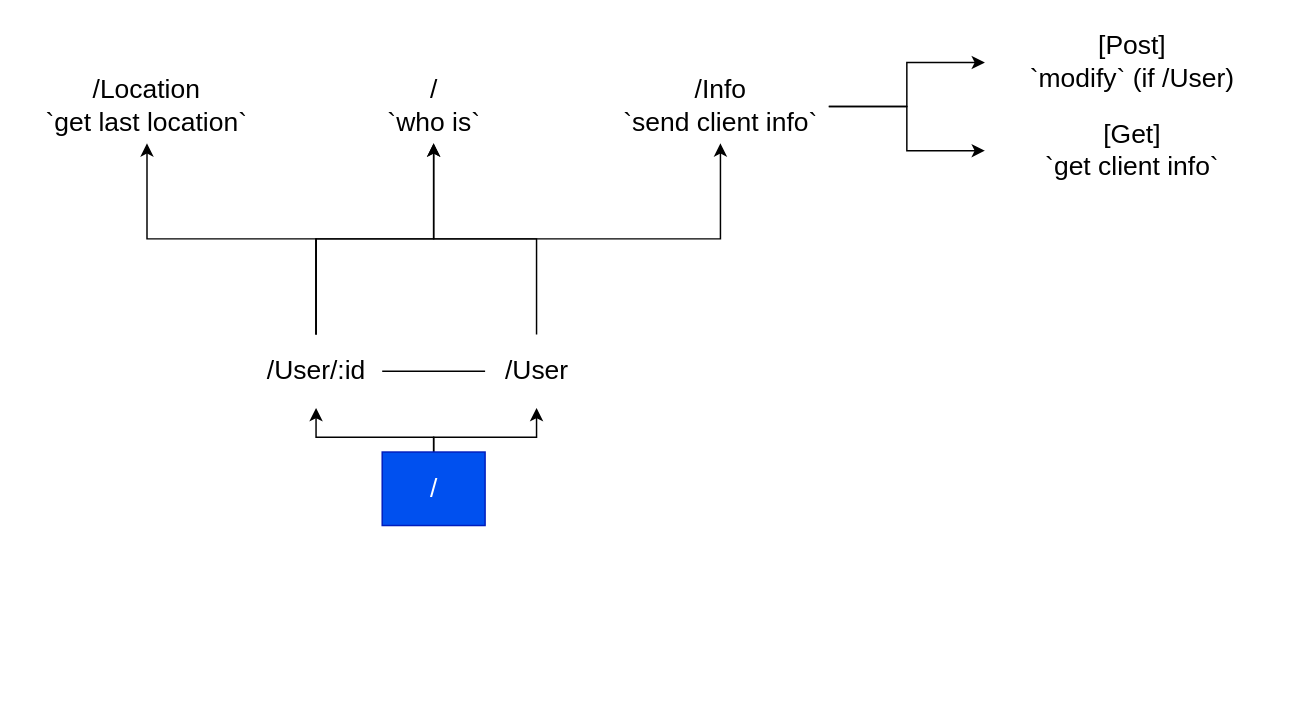
Above: page "Responder" (2 of 3) of Schematic.drawio in BatuAtlas/Find-My-Clone (draw.io), before the change. Source tidied: cells renumbered, new cells numbered last; positions are measured from the earlier drawing's top-left corner, leaving out a move shared by most shapes. Both pictures are drawn from the tidied source at 147%, with x=0, y=0 at pixel (25, 25).
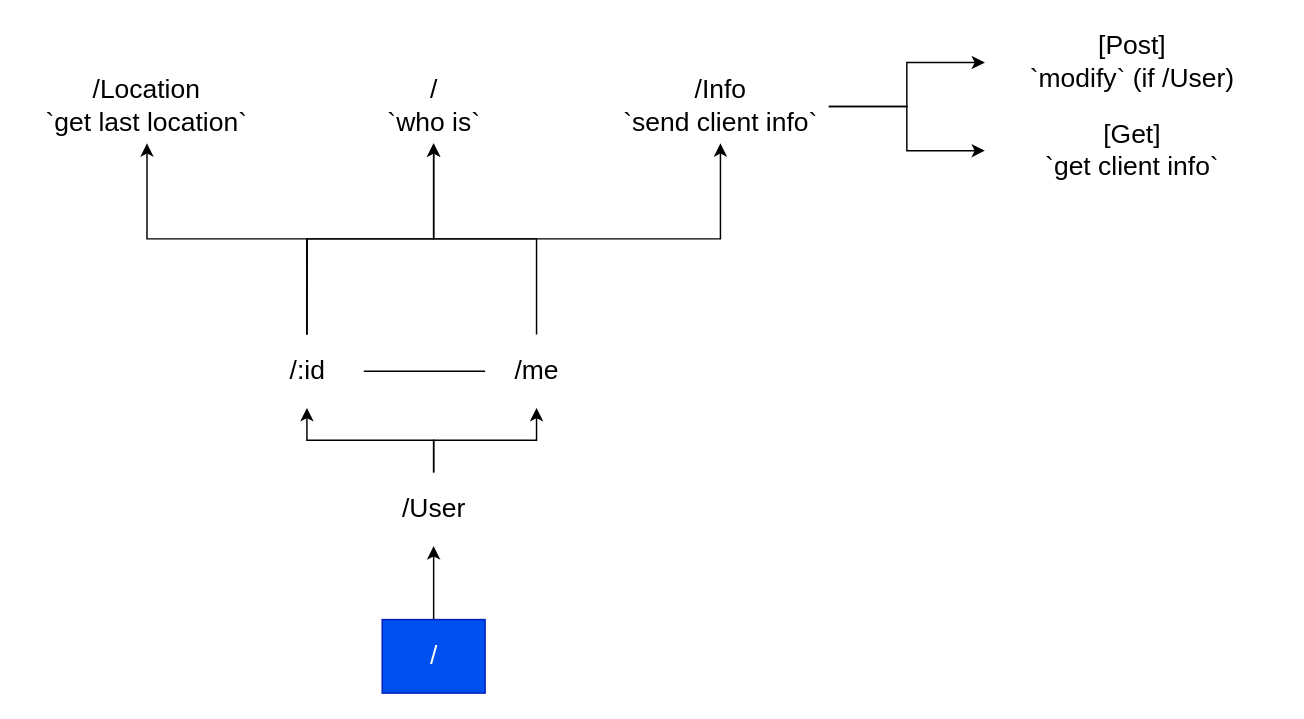
The same diagram, later.

Diff of the diagram source:
```diff
@@
-    <mxCell id="2" style="edgeStyle=orthogonalEdgeStyle;rounded=0;jettySize=auto;html=1;exitX=0.5;exitY=0;exitDx=0;exitDy=0;entryX=0.5;entryY=1;entryDx=0;entryDy=0;fontFamily=Helvetica;fontSize=18;fontColor=default;" parent="1" edge="1" source="4" target="18">
-      <mxGeometry relative="1" as="geometry">
-        <Array as="points">
-          <mxPoint x="277.5" y="280" />
-          <mxPoint x="197.5" y="280" />
-        </Array>
-      </mxGeometry>
-    </mxCell>
-    <mxCell id="3" style="edgeStyle=orthogonalEdgeStyle;rounded=0;jettySize=auto;html=1;exitX=0.5;exitY=0;exitDx=0;exitDy=0;entryX=0.5;entryY=1;entryDx=0;entryDy=0;fontFamily=Helvetica;fontSize=18;fontColor=default;" parent="1" edge="1" source="4" target="13">
-      <mxGeometry relative="1" as="geometry">
-        <Array as="points">
-          <mxPoint x="277.5" y="280" />
-          <mxPoint x="347.5" y="280" />
-        </Array>
-      </mxGeometry>
-    </mxCell>
+    <mxCell id="19" style="edgeStyle=orthogonalEdgeStyle;rounded=0;jettySize=auto;html=1;exitX=0.5;exitY=0;exitDx=0;exitDy=0;" parent="1" edge="1" source="4" target="22">
+      <mxGeometry relative="1" as="geometry" />
+    </mxCell>
     <mxCell id="4" value="/" style="text;html=1;align=center;verticalAlign=middle;whiteSpace=wrap;rounded=0;fontSize=18;fillColor=#0050ef;fontColor=#ffffff;strokeColor=#001DBC;" parent="1" vertex="1">
-      <mxGeometry x="242.5" y="290" width="70" height="50" as="geometry" />
+      <mxGeometry x="242.5" y="404" width="70" height="50" as="geometry" />
     </mxCell>
@@
-    <mxCell id="13" value="/User" style="text;html=1;align=center;verticalAlign=middle;whiteSpace=wrap;rounded=0;fontSize=18;fontFamily=Helvetica;fontColor=default;" parent="1" vertex="1">
+    <mxCell id="13" value="/me" style="text;html=1;align=center;verticalAlign=middle;whiteSpace=wrap;rounded=0;fontSize=18;fontFamily=Helvetica;fontColor=default;" parent="1" vertex="1">
       <mxGeometry x="312.5" y="210" width="70" height="50" as="geometry" />
     </mxCell>
@@
-    <mxCell id="18" value="/User/:id" style="text;html=1;align=center;verticalAlign=middle;whiteSpace=wrap;rounded=0;fontSize=18;fontFamily=Helvetica;fontColor=default;" parent="1" vertex="1">
-      <mxGeometry x="152.5" y="210" width="90" height="50" as="geometry" />
+    <mxCell id="18" value="/:id" style="text;html=1;align=center;verticalAlign=middle;whiteSpace=wrap;rounded=0;fontSize=18;fontFamily=Helvetica;fontColor=default;" parent="1" vertex="1">
+      <mxGeometry x="152.5" y="210" width="77.5" height="50" as="geometry" />
     </mxCell>
+    <mxCell id="20" style="edgeStyle=orthogonalEdgeStyle;rounded=0;jettySize=auto;html=1;exitX=0.5;exitY=0;exitDx=0;exitDy=0;" parent="1" edge="1" source="22" target="18">
+      <mxGeometry relative="1" as="geometry" />
+    </mxCell>
+    <mxCell id="21" style="edgeStyle=orthogonalEdgeStyle;rounded=0;jettySize=auto;html=1;exitX=0.5;exitY=0;exitDx=0;exitDy=0;" parent="1" edge="1" source="22" target="13">
+      <mxGeometry relative="1" as="geometry" />
+    </mxCell>
+    <mxCell id="22" value="/User" style="text;html=1;align=center;verticalAlign=middle;whiteSpace=wrap;rounded=0;fontSize=18;fontFamily=Helvetica;fontColor=default;" parent="1" vertex="1">
+      <mxGeometry x="232.5" y="304" width="90" height="50" as="geometry" />
+    </mxCell>
```
